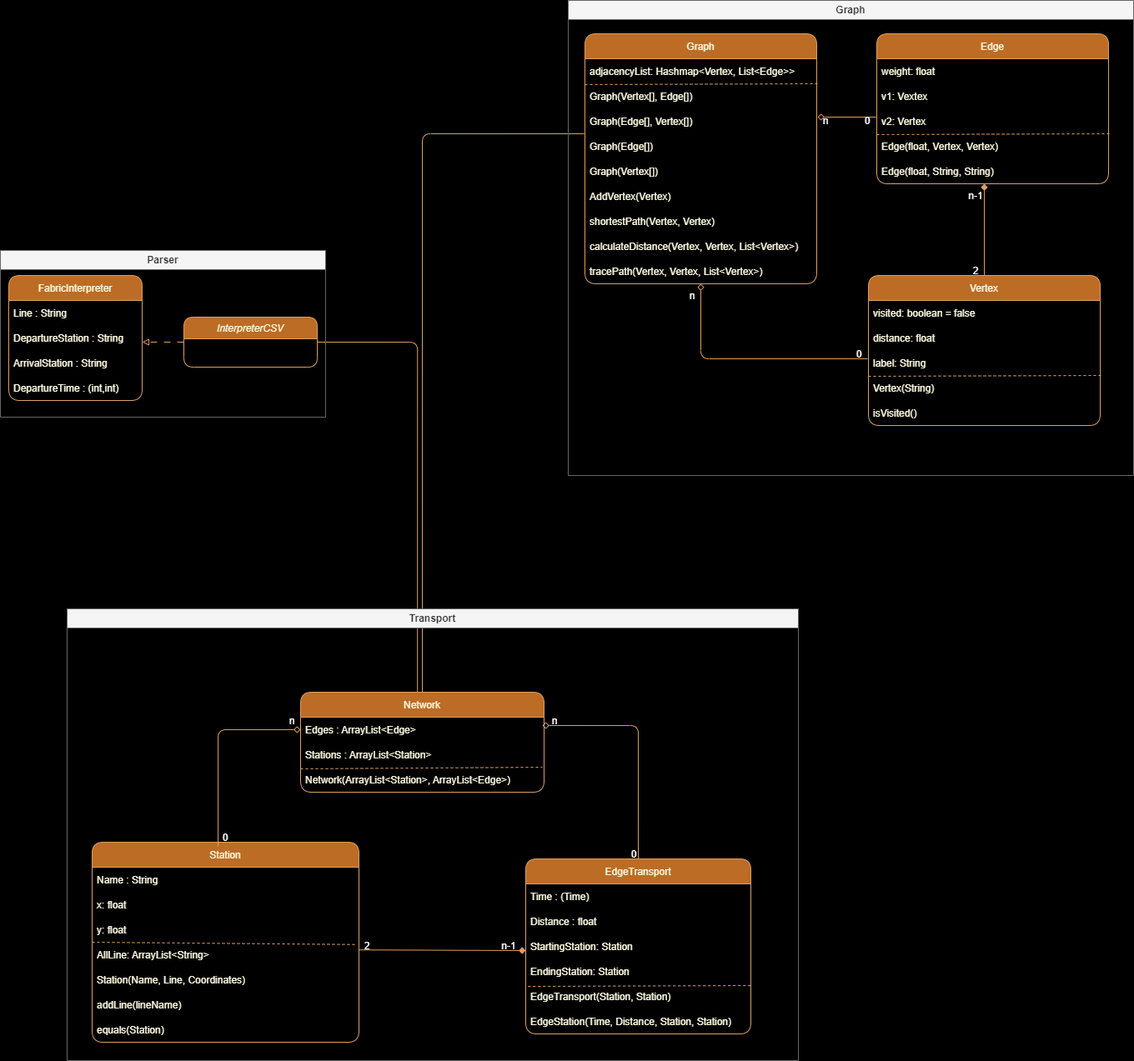
Before: Documentation/UML_Diagram_Hubert_Map.png, a diagram exported from draw.io (wehddn/M1-GenieLogicielAvance-Projet). Source tidied: cells renumbered, new cells last; positions are measured from the earlier drawing's top-left corner, leaving out a move shared by most shapes.
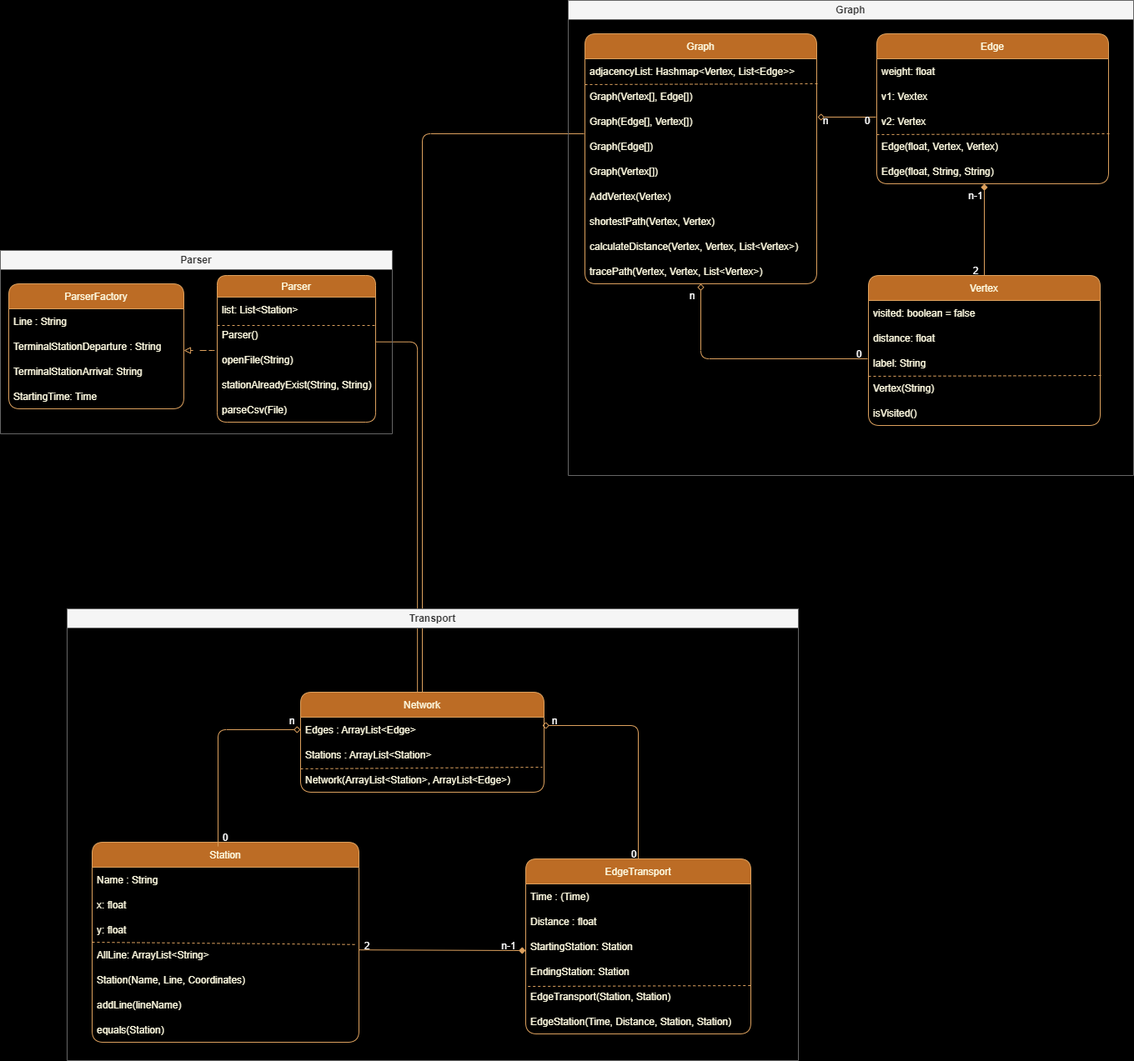
The same file after the commit.

Commit message:
Update package parser

Change to the diagram source:
```diff
@@ -10,7 +10,7 @@
         </Array>
       </mxGeometry>
     </mxCell>
-    <mxCell id="3" style="edgeStyle=orthogonalEdgeStyle;curved=0;rounded=1;sketch=0;jettySize=auto;html=1;entryX=1;entryY=0.5;entryDx=0;entryDy=0;fontColor=#FEFAE0;strokeColor=#DDA15E;fillColor=#BC6C25;endArrow=none;endFill=0;exitX=0.48;exitY=0.009;exitDx=0;exitDy=0;exitPerimeter=0;" parent="1" edge="1" source="70" target="10">
+    <mxCell id="3" style="edgeStyle=orthogonalEdgeStyle;curved=0;rounded=1;sketch=0;jettySize=auto;html=1;fontColor=#FEFAE0;strokeColor=#DDA15E;fillColor=#BC6C25;endArrow=none;endFill=0;exitX=0.48;exitY=0.009;exitDx=0;exitDy=0;exitPerimeter=0;entryX=1.005;entryY=0.789;entryDx=0;entryDy=0;entryPerimeter=0;" parent="1" edge="1" source="70" target="81">
       <mxGeometry relative="1" as="geometry">
         <Array as="points">
           <mxPoint x="500" y="410" />
@@ -18,29 +18,55 @@
       </mxGeometry>
     </mxCell>
     <mxCell id="4" value="Parser" style="swimlane;whiteSpace=wrap;html=1;strokeColor=#666666;fillColor=#f5f5f5;fontColor=#333333;" parent="1" vertex="1">
-      <mxGeometry y="300" width="390" height="200" as="geometry" />
+      <mxGeometry y="300" width="470" height="220" as="geometry" />
     </mxCell>
-    <mxCell id="5" value="FabricInterpreter" style="swimlane;fontStyle=0;horizontal=1;startSize=30;fillColor=#BC6C25;strokeColor=#DDA15E;fontColor=#FEFAE0;rounded=1;" parent="4" vertex="1">
-      <mxGeometry x="10" y="30" width="160" height="150" as="geometry" />
+    <mxCell id="5" value="ParserFactory" style="swimlane;fontStyle=0;horizontal=1;startSize=30;fillColor=#BC6C25;strokeColor=#DDA15E;fontColor=#FEFAE0;rounded=1;" parent="4" vertex="1">
+      <mxGeometry x="10" y="40" width="210" height="150" as="geometry" />
     </mxCell>
     <mxCell id="6" value="Line : String" style="text;strokeColor=none;fillColor=none;align=left;verticalAlign=middle;spacingLeft=4;spacingRight=4;overflow=hidden;fontColor=#FEFAE0;rounded=1;" parent="5" vertex="1">
-      <mxGeometry y="30" width="160" height="30" as="geometry" />
+      <mxGeometry y="30" width="210" height="30" as="geometry" />
     </mxCell>
-    <mxCell id="7" value="DepartureStation : String" style="text;strokeColor=none;fillColor=none;align=left;verticalAlign=middle;spacingLeft=4;spacingRight=4;overflow=hidden;fontColor=#FEFAE0;rounded=1;" parent="5" vertex="1">
-      <mxGeometry y="60" width="160" height="30" as="geometry" />
+    <mxCell id="7" value="TerminalStationDeparture : String" style="text;strokeColor=none;fillColor=none;align=left;verticalAlign=middle;spacingLeft=4;spacingRight=4;overflow=hidden;fontColor=#FEFAE0;rounded=1;" parent="5" vertex="1">
+      <mxGeometry y="60" width="210" height="30" as="geometry" />
     </mxCell>
-    <mxCell id="8" value="ArrivalStation : String" style="text;strokeColor=none;fillColor=none;align=left;verticalAlign=middle;spacingLeft=4;spacingRight=4;overflow=hidden;fontColor=#FEFAE0;rounded=1;" parent="5" vertex="1">
-      <mxGeometry y="90" width="160" height="30" as="geometry" />
+    <mxCell id="8" value="TerminalStationArrival: String" style="text;strokeColor=none;fillColor=none;align=left;verticalAlign=middle;spacingLeft=4;spacingRight=4;overflow=hidden;fontColor=#FEFAE0;rounded=1;" parent="5" vertex="1">
+      <mxGeometry y="90" width="210" height="30" as="geometry" />
     </mxCell>
-    <mxCell id="9" value="DepartureTime : (int,int)" style="text;strokeColor=none;fillColor=none;align=left;verticalAlign=middle;spacingLeft=4;spacingRight=4;overflow=hidden;fontColor=#FEFAE0;rounded=1;" parent="5" vertex="1">
-      <mxGeometry y="120" width="160" height="30" as="geometry" />
+    <mxCell id="9" value="StartingTime: Time" style="text;strokeColor=none;fillColor=none;align=left;verticalAlign=middle;spacingLeft=4;spacingRight=4;overflow=hidden;fontColor=#FEFAE0;rounded=1;" parent="5" vertex="1">
+      <mxGeometry y="120" width="210" height="30" as="geometry" />
     </mxCell>
-    <mxCell id="10" value="InterpreterCSV" style="swimlane;fontStyle=2;align=center;verticalAlign=top;horizontal=1;startSize=26;rounded=1;shadow=0;strokeWidth=1;fillColor=#BC6C25;strokeColor=#DDA15E;fontColor=#FEFAE0;" parent="4" vertex="1">
-      <mxGeometry x="220" y="80" width="160" height="60" as="geometry" />
+    <mxCell id="10" value="Parser" style="swimlane;fontStyle=0;align=center;verticalAlign=top;horizontal=1;startSize=26;rounded=1;shadow=0;strokeWidth=1;fillColor=#BC6C25;strokeColor=#DDA15E;fontColor=#FEFAE0;" parent="4" vertex="1">
+      <mxGeometry x="260" y="30" width="190" height="176" as="geometry" />
     </mxCell>
+    <mxCell id="79" value="list: List&lt;Station&gt;" style="text;strokeColor=none;fillColor=none;align=left;verticalAlign=middle;spacingLeft=4;spacingRight=4;overflow=hidden;fontColor=#FEFAE0;rounded=1;" parent="10" vertex="1">
+      <mxGeometry y="26" width="190" height="30" as="geometry" />
+    </mxCell>
+    <mxCell id="80" style="endArrow=none;dashed=1;html=1;rounded=1;sketch=0;fontColor=#FEFAE0;strokeColor=#DDA15E;fillColor=#BC6C25;curved=0;labelBackgroundColor=#283618;" parent="10" edge="1">
+      <mxGeometry relative="1" as="geometry">
+        <mxPoint y="60" as="sourcePoint" />
+        <mxPoint x="190" y="60" as="targetPoint" />
+      </mxGeometry>
+    </mxCell>
+    <mxCell id="81" value="Parser()" style="text;strokeColor=none;fillColor=none;align=left;verticalAlign=middle;spacingLeft=4;spacingRight=4;overflow=hidden;points=[[0,0.5],[1,0.5]];portConstraint=eastwest;fontColor=#FEFAE0;rounded=1;" parent="10" vertex="1">
+      <mxGeometry y="56" width="190" height="30" as="geometry" />
+    </mxCell>
+    <mxCell id="82" value="openFile(String)" style="text;strokeColor=none;fillColor=none;align=left;verticalAlign=middle;spacingLeft=4;spacingRight=4;overflow=hidden;fontColor=#FEFAE0;rounded=1;" parent="10" vertex="1">
+      <mxGeometry y="86" width="190" height="30" as="geometry" />
+    </mxCell>
+    <mxCell id="83" value="stationAlreadyExist(String, String)" style="text;strokeColor=none;fillColor=none;align=left;verticalAlign=middle;spacingLeft=4;spacingRight=4;overflow=hidden;fontColor=#FEFAE0;rounded=1;" parent="10" vertex="1">
+      <mxGeometry y="116" width="190" height="30" as="geometry" />
+    </mxCell>
+    <mxCell id="84" value="parseCsv(File)" style="text;strokeColor=none;fillColor=none;align=left;verticalAlign=middle;spacingLeft=4;spacingRight=4;overflow=hidden;fontColor=#FEFAE0;rounded=1;" parent="10" vertex="1">
+      <mxGeometry y="146" width="190" height="30" as="geometry" />
+    </mxCell>
-    <mxCell id="11" style="edgeStyle=orthogonalEdgeStyle;curved=0;rounded=1;sketch=0;jettySize=auto;html=1;exitX=0;exitY=0.5;exitDx=0;exitDy=0;fontColor=#FEFAE0;strokeColor=#DDA15E;fillColor=#BC6C25;labelBackgroundColor=#283618;dashed=1;dashPattern=8 8;endArrow=block;endFill=0;" parent="4" edge="1" source="10">
+    <mxCell id="11" style="edgeStyle=orthogonalEdgeStyle;curved=0;rounded=1;sketch=0;orthogonalLoop=1;jettySize=auto;html=1;fontColor=#FEFAE0;strokeColor=#DDA15E;fillColor=#BC6C25;labelBackgroundColor=#283618;dashed=1;dashPattern=8 8;endArrow=block;endFill=0;" parent="4" edge="1">
       <mxGeometry relative="1" as="geometry">
-        <mxPoint x="170" y="110" as="targetPoint" />
+        <mxPoint x="250" y="120" as="sourcePoint" />
+        <mxPoint x="220" y="120" as="targetPoint" />
+        <Array as="points">
+          <mxPoint x="260" y="120" />
+          <mxPoint x="260" y="120" />
+        </Array>
       </mxGeometry>
     </mxCell>
     <mxCell id="12" value="Graph" style="swimlane;whiteSpace=wrap;html=1;strokeColor=#666666;fillColor=#f5f5f5;fontColor=#333333;" parent="1" vertex="1">
```
